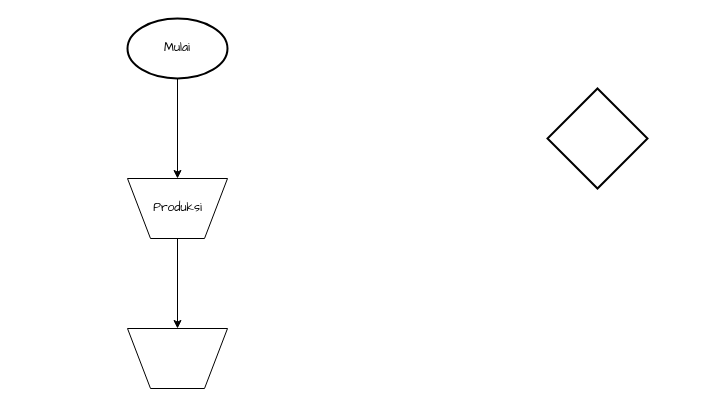
This is PBSIM1.drawio from kucingtakucin/Proses-Bisnis-dan-SIM, a draw.io file, before an edit. Source tidied: cells renumbered, new cells numbered last; positions are measured from the earlier drawing's top-left corner, leaving out a move shared by most shapes. Both pictures are drawn from the tidied source at 100%, with x=0, y=0 at pixel (127, 18).
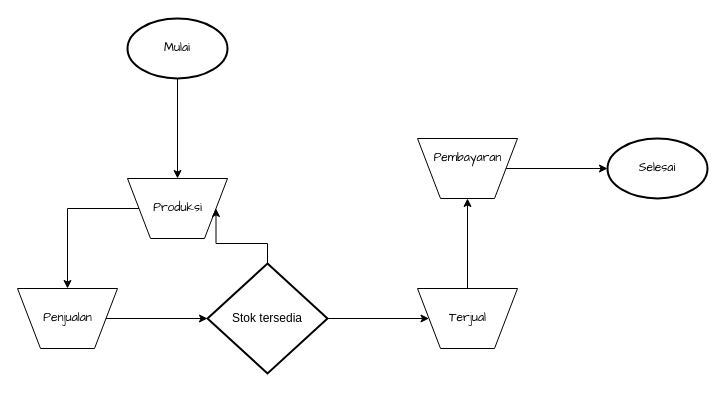
The same diagram, later.

Diff of the diagram source:
```diff
@@
 <mxGraphModel>
   <root>
     <mxCell id="0" />
     <mxCell id="1" parent="0" />
     <mxCell id="2" style="edgeStyle=orthogonalEdgeStyle;rounded=0;jettySize=auto;html=1;entryX=0.5;entryY=0;entryDx=0;entryDy=0;" parent="1" edge="1" source="3" target="6">
       <mxGeometry relative="1" as="geometry" />
     </mxCell>
     <mxCell id="3" style="verticalLabelPosition=bottom;verticalAlign=top;html=1;shape=trapezoid;perimeter=trapezoidPerimeter;whiteSpace=wrap;size=0.23;arcSize=10;flipV=1;" parent="1" vertex="1">
       <mxGeometry y="160" width="100" height="60" as="geometry" />
     </mxCell>
     <mxCell id="4" style="edgeStyle=orthogonalEdgeStyle;rounded=0;jettySize=auto;html=1;" parent="1" edge="1" source="5" target="3">
       <mxGeometry relative="1" as="geometry" />
     </mxCell>
     <mxCell id="5" value="&lt;div&gt;Mulai&lt;/div&gt;" style="strokeWidth=2;html=1;shape=mxgraph.flowchart.start_1;whiteSpace=wrap;fontFamily=Comic Sans MS;" parent="1" vertex="1">
       <mxGeometry width="100" height="60" as="geometry" />
     </mxCell>
+    <mxCell id="9" style="edgeStyle=orthogonalEdgeStyle;rounded=0;jettySize=auto;html=1;entryX=0;entryY=0.5;entryDx=0;entryDy=0;entryPerimeter=0;fontFamily=Comic Sans MS;" parent="1" edge="1" source="6" target="7">
+      <mxGeometry relative="1" as="geometry" />
+    </mxCell>
     <mxCell id="6" style="verticalLabelPosition=bottom;verticalAlign=top;html=1;shape=trapezoid;perimeter=trapezoidPerimeter;whiteSpace=wrap;size=0.23;arcSize=10;flipV=1;" parent="1" vertex="1">
-      <mxGeometry y="310" width="100" height="60" as="geometry" />
+      <mxGeometry x="-110" y="270" width="100" height="60" as="geometry" />
     </mxCell>
+    <mxCell id="10" style="edgeStyle=orthogonalEdgeStyle;rounded=0;jettySize=auto;html=1;entryX=1;entryY=0.5;entryDx=0;entryDy=0;fontFamily=Comic Sans MS;" parent="1" edge="1" source="7" target="3">
+      <mxGeometry relative="1" as="geometry" />
+    </mxCell>
+    <mxCell id="11" style="edgeStyle=orthogonalEdgeStyle;rounded=0;jettySize=auto;html=1;entryX=0;entryY=0.5;entryDx=0;entryDy=0;fontFamily=Comic Sans MS;" parent="1" edge="1" source="7" target="14">
+      <mxGeometry relative="1" as="geometry" />
+    </mxCell>
-    <mxCell id="7" style="strokeWidth=2;html=1;shape=mxgraph.flowchart.decision;whiteSpace=wrap;" parent="1" vertex="1">
-      <mxGeometry x="420" y="70" width="100" height="100" as="geometry" />
+    <mxCell id="7" value="&lt;div&gt;Stok tersedia&lt;/div&gt;" style="strokeWidth=2;html=1;shape=mxgraph.flowchart.decision;whiteSpace=wrap;" parent="1" vertex="1">
+      <mxGeometry x="80" y="245" width="120" height="110" as="geometry" />
     </mxCell>
     <mxCell id="8" value="Produksi" style="text;html=1;align=center;verticalAlign=middle;fontFamily=Comic Sans MS;" parent="1" vertex="1">
       <mxGeometry x="15" y="180" width="70" height="20" as="geometry" />
     </mxCell>
+    <mxCell id="12" value="Penjualan" style="text;html=1;align=center;verticalAlign=middle;fontFamily=Comic Sans MS;" parent="1" vertex="1">
+      <mxGeometry x="-100" y="290" width="80" height="20" as="geometry" />
+    </mxCell>
+    <mxCell id="13" style="edgeStyle=orthogonalEdgeStyle;rounded=0;jettySize=auto;html=1;fontFamily=Comic Sans MS;" parent="1" edge="1" source="14" target="16">
+      <mxGeometry relative="1" as="geometry" />
+    </mxCell>
+    <mxCell id="14" style="verticalLabelPosition=bottom;verticalAlign=top;html=1;shape=trapezoid;perimeter=trapezoidPerimeter;whiteSpace=wrap;size=0.23;arcSize=10;flipV=1;fontFamily=Comic Sans MS;" parent="1" vertex="1">
+      <mxGeometry x="290" y="270" width="100" height="60" as="geometry" />
+    </mxCell>
+    <mxCell id="15" style="edgeStyle=orthogonalEdgeStyle;rounded=0;jettySize=auto;html=1;fontFamily=Comic Sans MS;" parent="1" edge="1" source="16" target="17">
+      <mxGeometry relative="1" as="geometry" />
+    </mxCell>
+    <mxCell id="16" style="verticalLabelPosition=bottom;verticalAlign=top;html=1;shape=trapezoid;perimeter=trapezoidPerimeter;whiteSpace=wrap;size=0.23;arcSize=10;flipV=1;fontFamily=Comic Sans MS;" parent="1" vertex="1">
+      <mxGeometry x="290" y="120" width="100" height="60" as="geometry" />
+    </mxCell>
+    <mxCell id="17" value="&lt;div&gt;Selesai&lt;/div&gt;" style="strokeWidth=2;html=1;shape=mxgraph.flowchart.start_1;whiteSpace=wrap;fontFamily=Comic Sans MS;" parent="1" vertex="1">
+      <mxGeometry x="480" y="120" width="100" height="60" as="geometry" />
+    </mxCell>
+    <mxCell id="18" value="&lt;div&gt;Terjual&lt;/div&gt;" style="text;html=1;align=center;verticalAlign=middle;fontFamily=Comic Sans MS;" parent="1" vertex="1">
+      <mxGeometry x="310" y="290" width="60" height="20" as="geometry" />
+    </mxCell>
+    <mxCell id="19" value="Pembayaran" style="text;html=1;align=center;verticalAlign=middle;fontFamily=Comic Sans MS;" parent="1" vertex="1">
+      <mxGeometry x="295" y="130" width="90" height="20" as="geometry" />
+    </mxCell>
   </root>
 </mxGraphModel>
```
